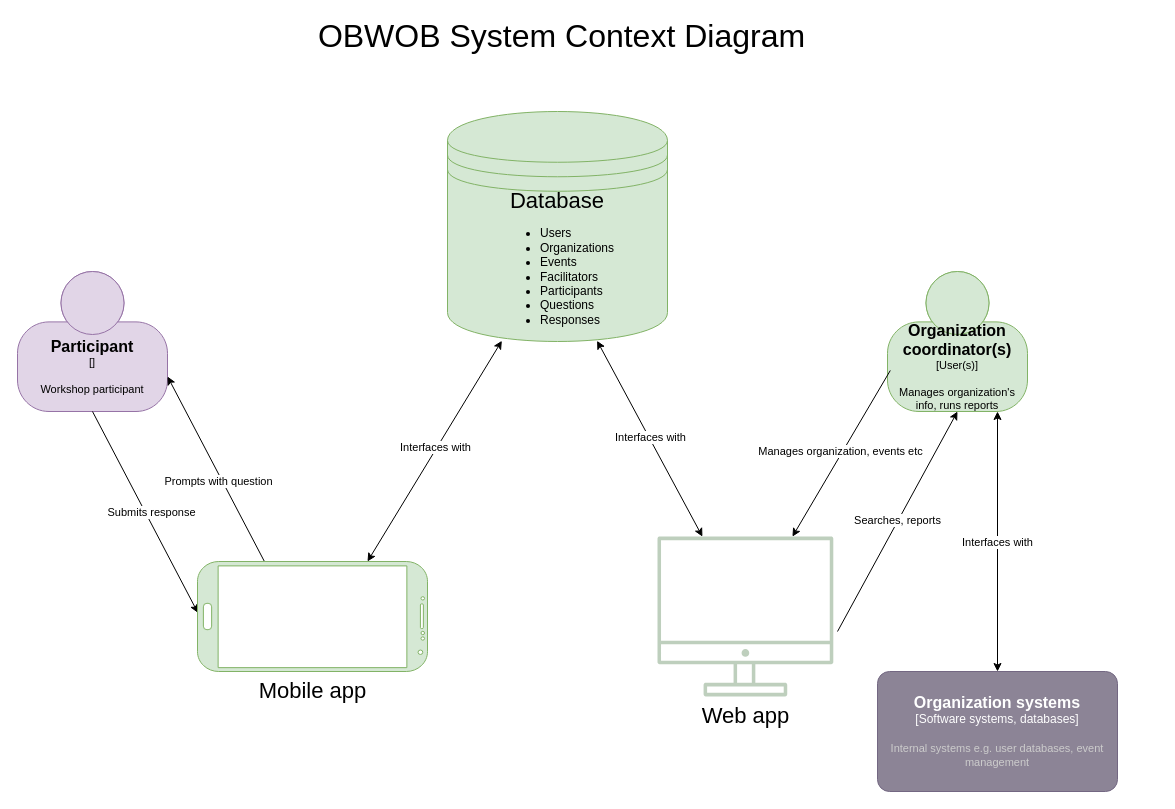
Before: documentation/c4-diagrams/1_obwob_system_context_diagram.drawio in laurapg1214/impact-web-interface, a draw.io diagram. Source tidied: cells renumbered, new cells numbered last; positions are measured from the earlier drawing's top-left corner, leaving out a move shared by most shapes. Both pictures are drawn from the tidied source at 100%, with x=0, y=0 at pixel (17, 21).
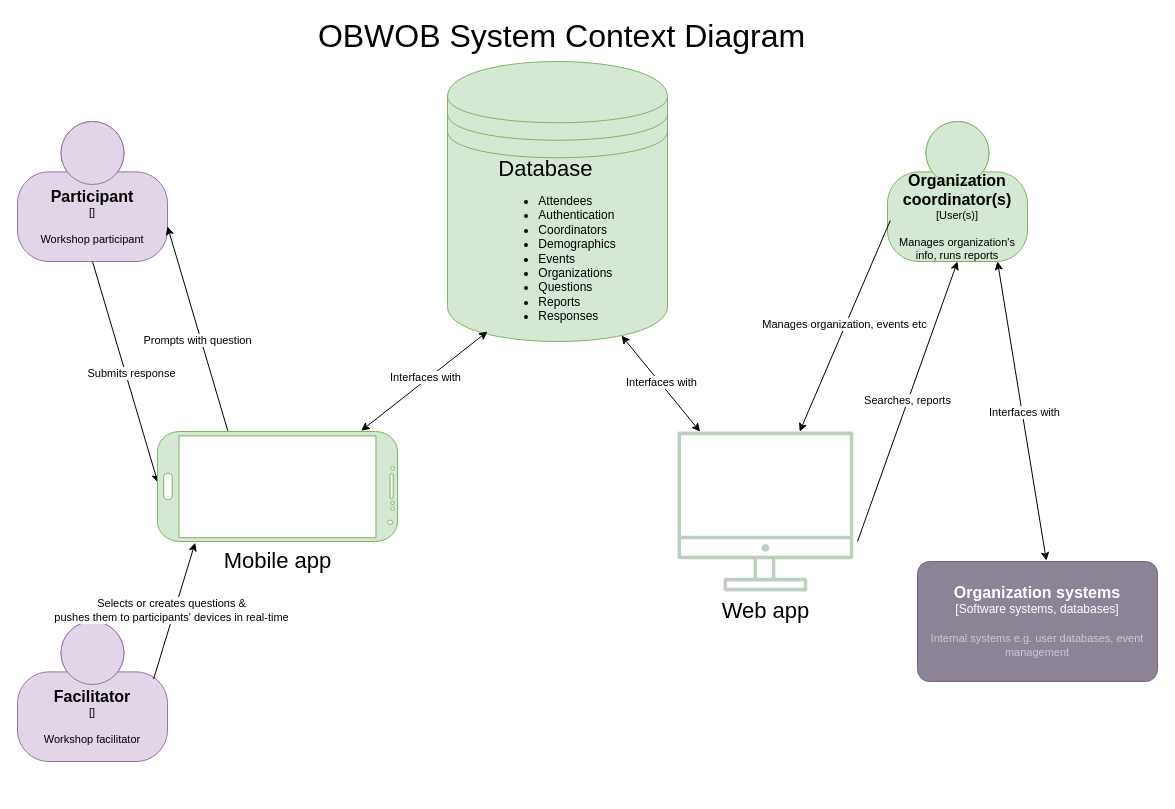
After the change.

Diff of the diagram source:
```diff
@@
     <object id="2" label="&lt;font style=&quot;font-size: 16px&quot;&gt;&lt;b&gt;%c4Name%&lt;/b&gt;&lt;/font&gt;&lt;div&gt;[%c4Type%]&lt;/div&gt;&lt;br&gt;&lt;div&gt;&lt;font style=&quot;font-size: 11px&quot;&gt;&lt;font color=&quot;#000000&quot;&gt;%c4Description%&lt;/font&gt;&lt;/div&gt;" c4Description="Workshop participant" c4Name="Participant" c4Type="" placeholders="1">
       <mxCell style="html=1;fontSize=11;dashed=0;whiteSpace=wrap;fillColor=#e1d5e7;strokeColor=#9673a6;shape=mxgraph.c4.person2;align=center;points=[[0.5,0,0],[1,0.5,0],[1,0.75,0],[0.75,1,0],[0.5,1,0],[0.25,1,0],[0,0.75,0],[0,0.5,0]];" parent="1" vertex="1">
-        <mxGeometry y="250" width="150" height="140" as="geometry" />
+        <mxGeometry y="100" width="150" height="140" as="geometry" />
       </mxCell>
     </object>
     <object id="3" label="&lt;font style=&quot;font-size: 16px&quot;&gt;&lt;b&gt;%c4Name%&lt;/b&gt;&lt;/font&gt;&lt;div&gt;[%c4Type%]&lt;/div&gt;&lt;br&gt;&lt;div&gt;&lt;font style=&quot;font-size: 11px&quot;&gt;&lt;font color=&quot;#000000&quot;&gt;%c4Description%&lt;/font&gt;&lt;/div&gt;" c4Description="Manages organization's info, runs reports" c4Name="Organization coordinator(s)" c4Type="User(s)" placeholders="1">
       <mxCell style="html=1;fontSize=11;dashed=0;whiteSpace=wrap;fillColor=#d5e8d4;strokeColor=#82b366;shape=mxgraph.c4.person2;align=center;points=[[0.5,0,0],[1,0.5,0],[1,0.75,0],[0.75,1,0],[0.5,1,0],[0.25,1,0],[0,0.75,0],[0,0.5,0]];" parent="1" vertex="1">
-        <mxGeometry x="870" y="250" width="140" height="140" as="geometry" />
+        <mxGeometry x="870" y="100" width="140" height="140" as="geometry" />
       </mxCell>
     </object>
-    <mxCell id="4" value="&lt;font style=&quot;font-size: 22px;&quot;&gt;Database&lt;/font&gt;&lt;div style=&quot;text-align: left;&quot;&gt;&lt;ul&gt;&lt;li&gt;Users&lt;/li&gt;&lt;li&gt;Organizations&lt;/li&gt;&lt;li&gt;&lt;font style=&quot;font-size: 12px;&quot;&gt;Events&lt;/font&gt;&lt;/li&gt;&lt;li&gt;Facilitators&lt;/li&gt;&lt;li&gt;Participants&lt;/li&gt;&lt;li&gt;Questions&lt;/li&gt;&lt;li&gt;Responses&lt;/li&gt;&lt;/ul&gt;&lt;/div&gt;" style="shape=datastore;whiteSpace=wrap;html=1;fillColor=#d5e8d4;strokeColor=#82b366;" parent="1" vertex="1">
-      <mxGeometry x="430" y="90" width="220" height="230" as="geometry" />
+    <mxCell id="4" value="&lt;div style=&quot;text-align: left;&quot;&gt;&lt;span style=&quot;font-size: 22px; background-color: initial;&quot;&gt;Database&lt;/span&gt;&lt;/div&gt;&lt;div&gt;&lt;div style=&quot;&quot;&gt;&lt;div style=&quot;text-align: left;&quot;&gt;&lt;ul&gt;&lt;li&gt;&lt;span style=&quot;background-color: initial;&quot;&gt;Attendees&lt;/span&gt;&lt;/li&gt;&lt;li&gt;&lt;span style=&quot;background-color: initial;&quot;&gt;Authentication&lt;/span&gt;&lt;/li&gt;&lt;li&gt;Coordinators&lt;/li&gt;&lt;li&gt;Demographics&lt;/li&gt;&lt;li&gt;Events&lt;/li&gt;&lt;li&gt;Organizations&lt;/li&gt;&lt;li&gt;Questions&lt;/li&gt;&lt;li&gt;Reports&lt;/li&gt;&lt;li&gt;Responses&lt;/li&gt;&lt;/ul&gt;&lt;/div&gt;&lt;/div&gt;&lt;/div&gt;" style="shape=datastore;whiteSpace=wrap;html=1;fillColor=#d5e8d4;strokeColor=#82b366;" parent="1" vertex="1">
+      <mxGeometry x="430" y="40" width="220" height="280" as="geometry" />
     </mxCell>
@@
-    <mxCell id="9" style="endArrow=classic;startArrow=classic;html=1;rounded=0;entryX=0.247;entryY=0.997;entryDx=0;entryDy=0;entryPerimeter=0;" parent="1" edge="1" target="4">
-      <mxGeometry relative="1" as="geometry">
-        <mxPoint x="350" y="540" as="sourcePoint" />
-        <Array as="points">
-          <mxPoint x="350" y="540" />
-        </Array>
-      </mxGeometry>
-    </mxCell>
-    <mxCell id="10" value="Interfaces with" style="edgeLabel;html=1;align=center;verticalAlign=middle;" parent="9" vertex="1">
-      <mxGeometry x="0.03" y="2" relative="1" as="geometry" />
-    </mxCell>
@@
     <mxCell id="12" value="&lt;font style=&quot;font-size: 22px;&quot;&gt;Mobile app&lt;/font&gt;" style="verticalLabelPosition=bottom;verticalAlign=top;html=1;shadow=0;dashed=0;strokeWidth=1;shape=mxgraph.android.phone2;strokeColor=#82b366;direction=south;fillColor=#d5e8d4;" parent="1" vertex="1">
-      <mxGeometry x="180" y="540" width="230" height="110" as="geometry" />
+      <mxGeometry x="140" y="410" width="240" height="110" as="geometry" />
     </mxCell>
     <mxCell id="13" value="&lt;font style=&quot;font-size: 22px;&quot;&gt;Web app&lt;/font&gt;" style="sketch=0;outlineConnect=0;strokeColor=#668C50;fillColor=#BECFBD;dashed=0;verticalLabelPosition=bottom;verticalAlign=top;align=center;html=1;fontSize=12;fontStyle=0;shape=mxgraph.aws4.illustration_desktop;" parent="1" vertex="1">
-      <mxGeometry x="640" y="515" width="175.8" height="160" as="geometry" />
+      <mxGeometry x="660" y="410" width="175.8" height="160" as="geometry" />
     </mxCell>
@@
     <mxCell id="16" style="endArrow=classic;html=1;rounded=0;entryX=0.5;entryY=1;entryDx=0;entryDy=0;entryPerimeter=0;" parent="1" edge="1" target="3">
       <mxGeometry relative="1" as="geometry">
-        <mxPoint x="820" y="610" as="sourcePoint" />
+        <mxPoint x="840" y="520" as="sourcePoint" />
       </mxGeometry>
     </mxCell>
@@
-    <mxCell id="18" style="endArrow=classic;startArrow=classic;html=1;rounded=0;exitX=0.68;exitY=0.997;exitDx=0;exitDy=0;exitPerimeter=0;" parent="1" edge="1" source="4" target="13">
+    <mxCell id="18" style="endArrow=classic;startArrow=classic;html=1;rounded=0;exitX=0.791;exitY=0.979;exitDx=0;exitDy=0;exitPerimeter=0;" parent="1" edge="1" source="4" target="13">
       <mxGeometry relative="1" as="geometry" />
     </mxCell>
@@
     <object id="20" label="&lt;font style=&quot;font-size: 16px&quot;&gt;&lt;b&gt;%c4Name%&lt;/b&gt;&lt;/font&gt;&lt;div&gt;[%c4Type%]&lt;/div&gt;&lt;br&gt;&lt;div&gt;&lt;font style=&quot;font-size: 11px&quot;&gt;&lt;font color=&quot;#cccccc&quot;&gt;%c4Description%&lt;/font&gt;&lt;/div&gt;" c4Description="Internal systems e.g. user databases, event management" c4Name="Organization systems" c4Type="Software systems, databases" placeholders="1">
       <mxCell style="rounded=1;whiteSpace=wrap;html=1;labelBackgroundColor=none;fillColor=#8C8496;fontColor=#ffffff;align=center;arcSize=10;strokeColor=#736782;points=[[0.25,0,0],[0.5,0,0],[0.75,0,0],[1,0.25,0],[1,0.5,0],[1,0.75,0],[0.75,1,0],[0.5,1,0],[0.25,1,0],[0,0.75,0],[0,0.5,0],[0,0.25,0]];" parent="1" vertex="1">
-        <mxGeometry x="860" y="650" width="240" height="120" as="geometry" />
+        <mxGeometry x="900" y="540" width="240" height="120" as="geometry" />
       </mxCell>
     </object>
-    <mxCell id="21" style="endArrow=classic;startArrow=classic;html=1;rounded=0;exitX=0.5;exitY=0;exitDx=0;exitDy=0;exitPerimeter=0;" parent="1" edge="1" source="20">
-      <mxGeometry relative="1" as="geometry">
-        <mxPoint x="980" y="390" as="targetPoint" />
-      </mxGeometry>
-    </mxCell>
-    <mxCell id="22" value="Interfaces with" style="edgeLabel;html=1;align=center;verticalAlign=middle;" parent="21" vertex="1">
-      <mxGeometry y="1" relative="1" as="geometry" />
-    </mxCell>
+    <mxCell id="23" style="endArrow=classic;startArrow=classic;html=1;rounded=0;exitX=-0.007;exitY=0.151;exitDx=0;exitDy=0;exitPerimeter=0;" parent="1" edge="1" source="12">
+      <mxGeometry relative="1" as="geometry">
+        <mxPoint x="470" y="310" as="targetPoint" />
+      </mxGeometry>
+    </mxCell>
+    <mxCell id="24" value="Interfaces with" style="edgeLabel;html=1;align=center;verticalAlign=middle;" parent="23" vertex="1">
+      <mxGeometry x="0.03" y="3" relative="1" as="geometry" />
+    </mxCell>
+    <object id="25" label="&lt;font style=&quot;font-size: 16px&quot;&gt;&lt;b&gt;%c4Name%&lt;/b&gt;&lt;/font&gt;&lt;div&gt;[%c4Type%]&lt;/div&gt;&lt;br&gt;&lt;div&gt;&lt;font style=&quot;font-size: 11px&quot;&gt;&lt;font color=&quot;#000000&quot;&gt;%c4Description%&lt;/font&gt;&lt;/div&gt;" c4Description="Workshop facilitator" c4Name="Facilitator" c4Type="" placeholders="1">
+      <mxCell style="html=1;fontSize=11;dashed=0;whiteSpace=wrap;fillColor=#e1d5e7;strokeColor=#9673a6;shape=mxgraph.c4.person2;align=center;points=[[0.5,0,0],[1,0.5,0],[1,0.75,0],[0.75,1,0],[0.5,1,0],[0.25,1,0],[0,0.75,0],[0,0.5,0]];" parent="1" vertex="1">
+        <mxGeometry y="600" width="150" height="140" as="geometry" />
+      </mxCell>
+    </object>
+    <mxCell id="26" style="endArrow=classic;html=1;rounded=0;entryX=1.011;entryY=0.843;entryDx=0;entryDy=0;entryPerimeter=0;exitX=0.907;exitY=0.411;exitDx=0;exitDy=0;exitPerimeter=0;" parent="1" edge="1" source="25" target="12">
+      <mxGeometry relative="1" as="geometry" />
+    </mxCell>
+    <mxCell id="27" value="Selects or creates questions &amp;amp;&lt;div&gt;pushes them to participants' devices in real-time&lt;/div&gt;" style="edgeLabel;html=1;align=center;verticalAlign=middle;" parent="26" vertex="1">
+      <mxGeometry x="-0.01" y="4" relative="1" as="geometry">
+        <mxPoint x="1" as="offset" />
+      </mxGeometry>
+    </mxCell>
+    <mxCell id="28" style="endArrow=classic;startArrow=classic;html=1;rounded=0;exitX=0.537;exitY=-0.007;exitDx=0;exitDy=0;exitPerimeter=0;" parent="1" edge="1" source="20">
+      <mxGeometry relative="1" as="geometry">
+        <mxPoint x="980" y="240" as="targetPoint" />
+      </mxGeometry>
+    </mxCell>
+    <mxCell id="29" value="Interfaces with" style="edgeLabel;html=1;align=center;verticalAlign=middle;" parent="28" vertex="1">
+      <mxGeometry x="-0.01" y="-2" relative="1" as="geometry" />
+    </mxCell>
```
